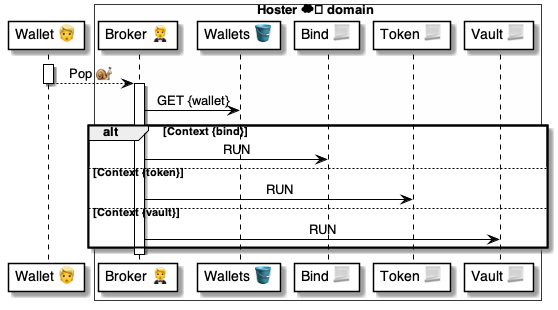
Earlier version of the PlantUML export 4 ⚙️ Solution/20 🧑‍🦰 UI/Brokers 🤵/🤵🅰️ Broker methods/Chats 💬 Pop 🧑‍🦰🐌🤵/🤵 Pop ⚙️ uml.png (pollyweb-org/pollyweb-docs). Its source is kept beside it as 4 ⚙️ Solution/20 🧑‍🦰 UI/Brokers 🤵/🤵🅰️ Broker methods/Chats 💬 Pop 🧑‍🦰🐌🤵/🤵 Pop ⚙️ uml.puml.
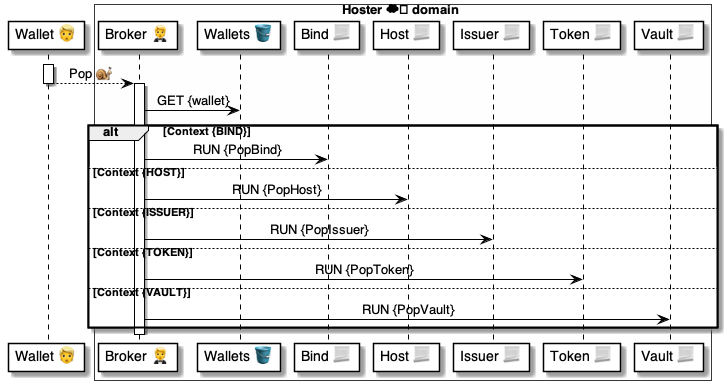
Later version of the same file.

What changed in the source:
```diff
@@ -7,6 +7,8 @@
     participant "Broker 🤵" as broker
     participant "Wallets 🪣" as wallets
     participant "Bind 📃" as bind
+    participant "Host 📃" as host
+    participant "Issuer 📃" as issuer
     participant "Token 📃" as token
     participant "Vault 📃" as vault
 end box
@@ -18,12 +20,16 @@
 activate broker
     broker -> wallets: GET {wallet}
 
-    alt Context {bind}
-        broker -> bind: RUN
-    else Context {token}
-        broker -> token: RUN
-    else Context {vault}
-        broker -> vault: RUN
+    alt Context {BIND}
+        broker -> bind: RUN {PopBind}
+    else Context {HOST}
+        broker -> host: RUN {PopHost}
+    else Context {ISSUER}
+        broker -> issuer: RUN {PopIssuer}
+    else Context {TOKEN}
+        broker -> token: RUN {PopToken}
+    else Context {VAULT}
+        broker -> vault: RUN {PopVault}
     end
 
 deactivate broker
```
